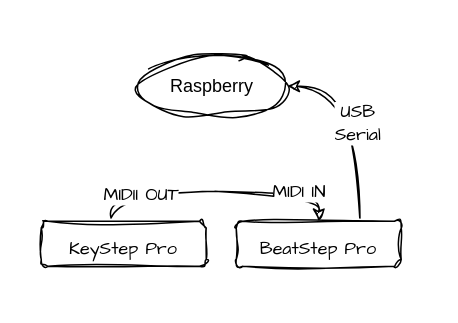
This is ressources/diagram-midi_keyboard.drawio from lan-ensad/cloches-sous-tension, a draw.io file, before an edit. Source tidied: cells renumbered, new cells numbered last; positions are measured from the earlier drawing's top-left corner, leaving out a move shared by most shapes. Both pictures are drawn from the tidied source at 150%, with x=0, y=0 at pixel (40, 56).
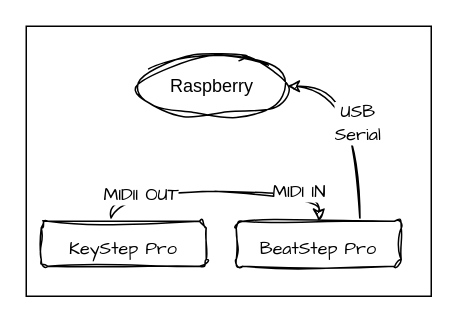
Above is the later version.

The edit, as a diff of the source:
```diff
@@
 <mxGraphModel>
   <root>
     <mxCell id="0" />
     <mxCell id="1" parent="0" />
+    <mxCell id="10" style="rounded=0;whiteSpace=wrap;html=1;hachureGap=4;fontFamily=Architects Daughter;fontSize=12;" parent="1" vertex="1">
+      <mxGeometry x="-10" y="-20" width="270" height="180" as="geometry" />
+    </mxCell>
     <mxCell id="2" value="Raspberry" style="ellipse;whiteSpace=wrap;html=1;align=center;newEdgeStyle={&quot;edgeStyle&quot;:&quot;entityRelationEdgeStyle&quot;,&quot;startArrow&quot;:&quot;none&quot;,&quot;endArrow&quot;:&quot;none&quot;,&quot;segment&quot;:10,&quot;curved&quot;:1,&quot;sourcePerimeterSpacing&quot;:0,&quot;targetPerimeterSpacing&quot;:0};sketch=1;curveFitting=1;jiggle=2;" parent="1" vertex="1">
       <mxGeometry x="64" width="100" height="40" as="geometry" />
     </mxCell>
     <mxCell id="3" value="&lt;font style=&quot;font-size: 12px;&quot;&gt;KeyStep Pro&lt;/font&gt;" style="rounded=1;whiteSpace=wrap;html=1;sketch=1;hachureGap=4;jiggle=2;curveFitting=1;fontFamily=Architects Daughter;fontSize=20;" parent="1" vertex="1">
       <mxGeometry y="110" width="110" height="30" as="geometry" />
     </mxCell>
     <mxCell id="4" style="edgeStyle=orthogonalEdgeStyle;curved=1;sketch=1;hachureGap=4;jiggle=2;curveFitting=1;html=1;exitX=0.75;exitY=0;exitDx=0;exitDy=0;entryX=1;entryY=0.5;entryDx=0;entryDy=0;fontFamily=Architects Daughter;fontSize=12;" parent="1" edge="1" source="5" target="2">
       <mxGeometry relative="1" as="geometry" />
     </mxCell>
     <mxCell id="5" value="&lt;font style=&quot;font-size: 12px;&quot;&gt;BeatStep Pro&lt;/font&gt;" style="rounded=1;whiteSpace=wrap;html=1;sketch=1;hachureGap=4;jiggle=2;curveFitting=1;fontFamily=Architects Daughter;fontSize=20;" parent="1" vertex="1">
       <mxGeometry x="130" y="110" width="110" height="30" as="geometry" />
     </mxCell>
     <mxCell id="6" style="endArrow=classic;html=1;sketch=1;hachureGap=4;jiggle=2;curveFitting=1;fontFamily=Architects Daughter;fontSize=12;edgeStyle=orthogonalEdgeStyle;exitX=0.423;exitY=-0.072;exitDx=0;exitDy=0;exitPerimeter=0;entryX=0.5;entryY=0;entryDx=0;entryDy=0;curved=1;" parent="1" edge="1" source="3" target="5">
       <mxGeometry relative="1" as="geometry">
         <Array as="points">
           <mxPoint x="47" y="90" />
           <mxPoint x="185" y="90" />
         </Array>
       </mxGeometry>
     </mxCell>
     <mxCell id="7" value="MIDII OUT" style="edgeLabel;html=1;align=left;verticalAlign=bottom;sketch=1;hachureGap=4;jiggle=2;curveFitting=1;fontFamily=Architects Daughter;fontSize=12;" parent="6" vertex="1">
       <mxGeometry x="-1" relative="1" as="geometry">
         <mxPoint x="-7" y="-7" as="offset" />
       </mxGeometry>
     </mxCell>
     <mxCell id="8" value="MIDI IN" style="edgeLabel;html=1;align=right;verticalAlign=bottom;sketch=1;hachureGap=4;jiggle=2;curveFitting=1;fontFamily=Architects Daughter;fontSize=12;" parent="6" vertex="1">
       <mxGeometry x="1" relative="1" as="geometry">
         <mxPoint x="5" y="-11" as="offset" />
       </mxGeometry>
     </mxCell>
     <mxCell id="9" value="USB&lt;br&gt;Serial" style="edgeLabel;html=1;align=center;verticalAlign=bottom;sketch=1;hachureGap=4;jiggle=2;curveFitting=1;fontFamily=Architects Daughter;fontSize=12;" parent="6" vertex="1">
       <mxGeometry x="1" relative="1" as="geometry">
         <mxPoint x="25" y="-49" as="offset" />
       </mxGeometry>
     </mxCell>
   </root>
 </mxGraphModel>
```
